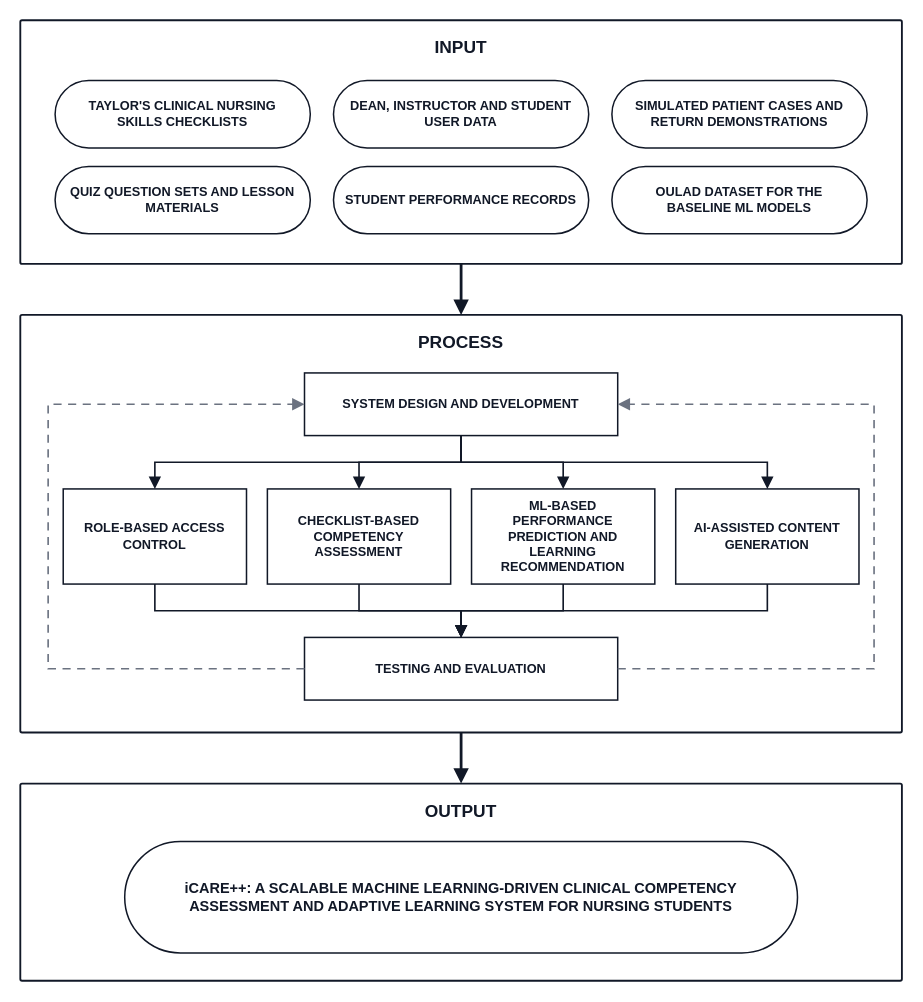
Above: docs/ipo-model.drawio in mdk-zero/icare (draw.io), before the change. Source tidied: cells renumbered, new cells numbered last; positions are measured from the earlier drawing's top-left corner, leaving out a move shared by most shapes. Both pictures are drawn from the tidied source at 116%, with x=0, y=0 at pixel (20, 20).
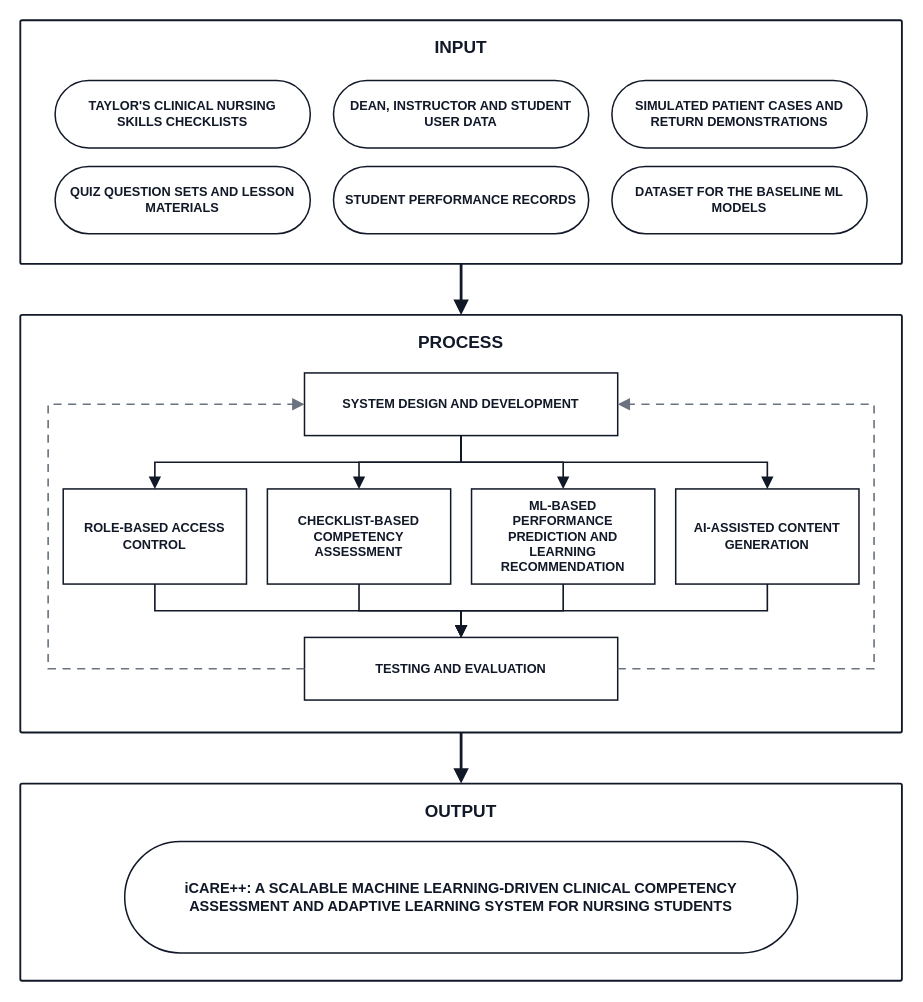
The same diagram, later.

Commit message (it also covers changes not shown here):
new: ipo model

Diff of the diagram source:
```diff
@@
-    <mxCell id="9" value="OULAD DATASET FOR THE BASELINE ML MODELS" style="rounded=1;arcSize=50;html=1;whiteSpace=wrap;fillColor=#ffffff;strokeColor=#111827;strokeWidth=1.3;fontSize=11;fontStyle=1;fontColor=#111827;spacing=10;fontFamily=Helvetica;" parent="1" vertex="1">
+    <mxCell id="9" value="DATASET FOR THE BASELINE ML MODELS" style="rounded=1;arcSize=50;html=1;whiteSpace=wrap;fillColor=#ffffff;strokeColor=#111827;strokeWidth=1.3;fontSize=11;fontStyle=1;fontColor=#111827;spacing=10;fontFamily=Helvetica;" parent="1" vertex="1">
       <mxGeometry x="510" y="126" width="220" height="58" as="geometry" />
     </mxCell>
```
